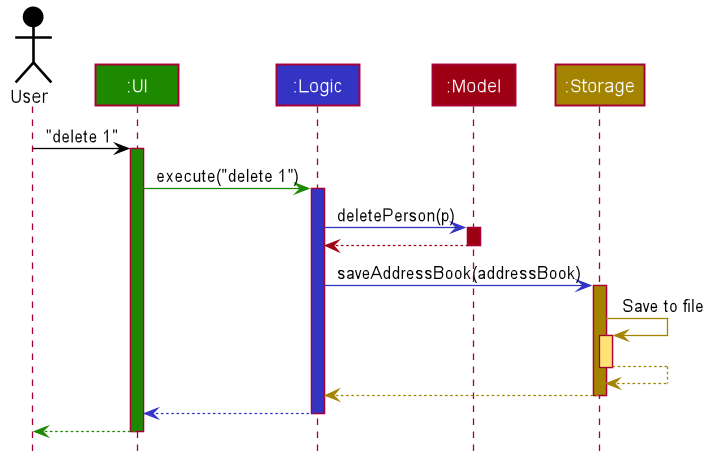
Earlier version of the PlantUML export docs/images/ArchitectureSequenceDiagram.png (nus-cs2103-AY2122S1/tp).
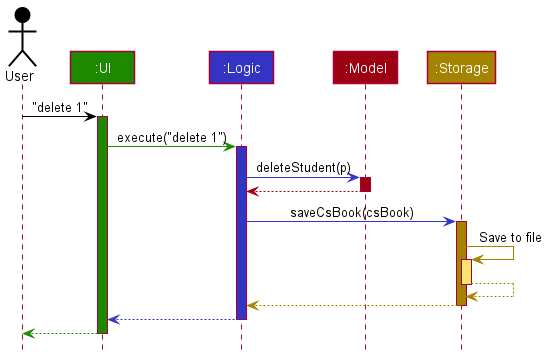
After the commit.

Change to the diagram source:
```diff
@@ -1,85 +1,38 @@
 @startuml
+!include style.puml
 
+Actor User as user USER_COLOR
+Participant ":UI" as ui UI_COLOR
+Participant ":Logic" as logic LOGIC_COLOR
+Participant ":Model" as model MODEL_COLOR
+Participant ":Storage" as storage STORAGE_COLOR
 
+user -[USER_COLOR]> ui : "delete 1"
+activate ui UI_COLOR
 
+ui -[UI_COLOR]> logic : execute("delete 1")
+activate logic LOGIC_COLOR
 
+logic -[LOGIC_COLOR]> model : deleteStudent(p)
+activate model MODEL_COLOR
 
-
-
-
-skinparam BackgroundColor #FFFFFFF
-
-skinparam Shadowing false
-
-skinparam Class {
-    FontColor #FFFFFF
-    BorderThickness 1
-    BorderColor #FFFFFF
-    StereotypeFontColor #FFFFFF
-    FontName Arial
-}
-
-skinparam Actor {
-    BorderColor #000000
-    Color #000000
-    FontName Arial
-}
-
-skinparam Sequence {
-    MessageAlign center
-    BoxFontSize 15
-    BoxPadding 0
-    BoxFontColor #FFFFFF
-    FontName Arial
-}
-
-skinparam Participant {
-    FontColor #FFFFFFF
-    Padding 20
-}
-
-skinparam MinClassWidth 50
-skinparam ParticipantPadding 10
-skinparam Shadowing false
-skinparam DefaultTextAlignment center
-skinparam packageStyle Rectangle
-
-hide footbox
-hide members
-hide circle
-
-Actor User as user #000000
-Participant ":UI" as ui #1D8900
-Participant ":Logic" as logic #3333C4
-Participant ":Model" as model #9D0012
-Participant ":Storage" as storage #A38300
-
-user -[#000000]> ui : "delete 1"
-activate ui #1D8900
-
-ui -[#1D8900]> logic : execute("delete 1")
-activate logic #3333C4
-
-logic -[#3333C4]> model : deletePerson(p)
-activate model #9D0012
-
-model -[#9D0012]-> logic
+model -[MODEL_COLOR]-> logic
 deactivate model
 
-logic -[#3333C4]> storage : saveAddressBook(addressBook)
-activate storage #A38300
+logic -[LOGIC_COLOR]> storage : saveCsBook(csBook)
+activate storage STORAGE_COLOR
 
-storage -[#A38300]> storage : Save to file
-activate storage #FFE374
-storage --[#A38300]> storage
+storage -[STORAGE_COLOR]> storage : Save to file
+activate storage STORAGE_COLOR_T1
+storage --[STORAGE_COLOR]> storage
 deactivate storage
 
-storage --[#A38300]> logic
+storage --[STORAGE_COLOR]> logic
 deactivate storage
 
-logic --[#3333C4]> ui
+logic --[LOGIC_COLOR]> ui
 deactivate logic
 
-ui--[#1D8900]> user
+ui--[UI_COLOR]> user
 deactivate ui
 @enduml
```
